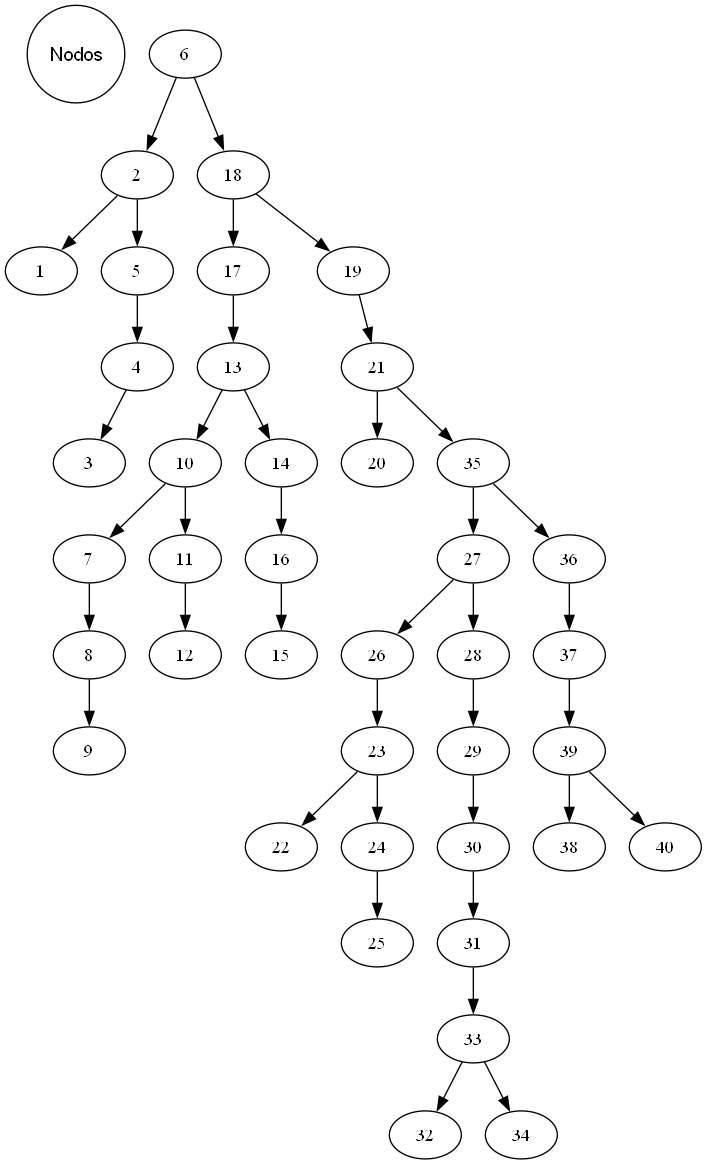
Earlier version of the Graphviz export busca/arvore.png (Marxista4122/Thielo). Its source is kept beside it as busca/arvore.dot.
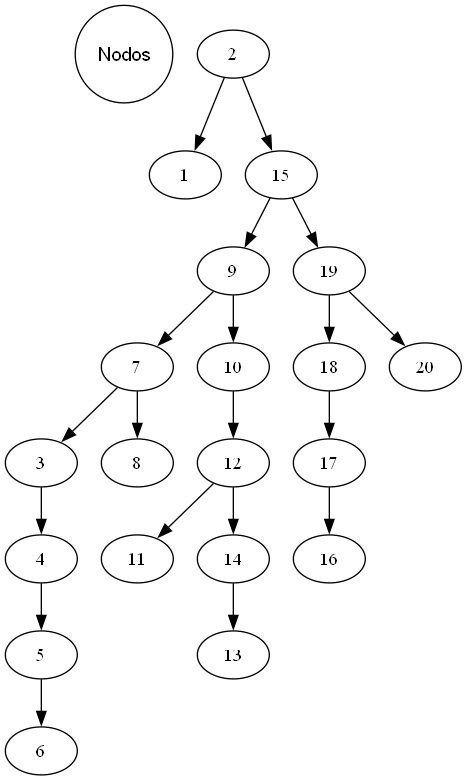
After the change.

What changed in the source:
```diff
@@ -1,82 +1,42 @@
 digraph ArvoreBinaria {
 Nodos [shape=circle, fontname="Arial"];
-  6;
-  6 -> 2;
-  6 -> 18;
   2;
   2 -> 1;
-  2 -> 5;
+  2 -> 15;
   1;
+  15;
+  15 -> 9;
+  15 -> 19;
+  9;
+  9 -> 7;
+  9 -> 10;
+  7;
+  7 -> 3;
+  7 -> 8;
+  3;
+  3 -> 4;
+  4;
+  4 -> 5;
   5;
-  5 -> 4;
-  4;
-  4 -> 3;
-  3;
+  5 -> 6;
+  6;
+  8;
+  10;
+  10 -> 12;
+  12;
+  12 -> 11;
+  12 -> 14;
+  11;
+  14;
+  14 -> 13;
+  13;
+  19;
+  19 -> 18;
+  19 -> 20;
   18;
   18 -> 17;
-  18 -> 19;
   17;
-  17 -> 13;
-  13;
-  13 -> 10;
-  13 -> 14;
-  10;
-  10 -> 7;
-  10 -> 11;
-  7;
-  7 -> 8;
-  8;
-  8 -> 9;
-  9;
-  11;
-  11 -> 12;
-  12;
-  14;
-  14 -> 16;
+  17 -> 16;
   16;
-  16 -> 15;
-  15;
-  19;
-  19 -> 21;
-  21;
-  21 -> 20;
-  21 -> 35;
   20;
-  35;
-  35 -> 27;
-  35 -> 36;
-  27;
-  27 -> 26;
-  27 -> 28;
-  26;
-  26 -> 23;
-  23;
-  23 -> 22;
-  23 -> 24;
-  22;
-  24;
-  24 -> 25;
-  25;
-  28;
-  28 -> 29;
-  29;
-  29 -> 30;
-  30;
-  30 -> 31;
-  31;
-  31 -> 33;
-  33;
-  33 -> 32;
-  33 -> 34;
-  32;
-  34;
-  36;
-  36 -> 37;
-  37;
-  37 -> 39;
-  39;
-  39 -> 38;
-  39 -> 40;
-  38;
-  40;
 }
```
